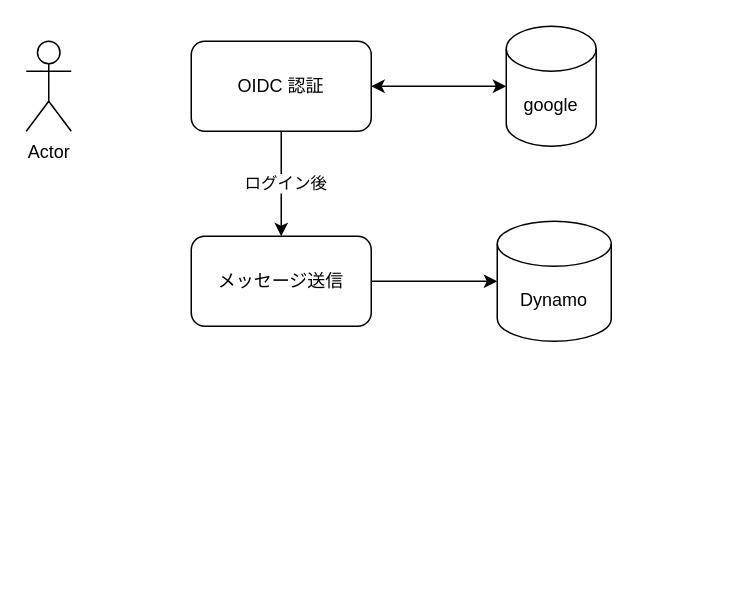
This is Untitled Diagram.drawio from amz-coffee/drawUML, a draw.io file, before an edit. Source tidied: cells renumbered, new cells numbered last; positions are measured from the earlier drawing's top-left corner, leaving out a move shared by most shapes. Both pictures are drawn from the tidied source at 150%, with x=0, y=0 at pixel (26, 26).
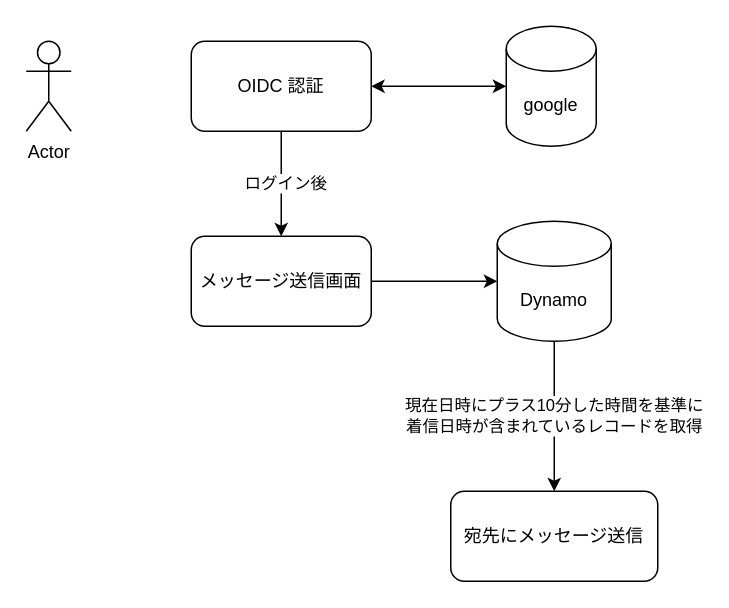
The same page after the edit.

Commit message:
処理を追加

The edit, as a diff of the source:
```diff
@@
 <mxGraphModel>
   <root>
     <mxCell id="0" />
     <mxCell id="1" parent="0" />
     <mxCell id="2" value="OIDC 認証" style="rounded=1;whiteSpace=wrap;html=1;" parent="1" vertex="1">
       <mxGeometry x="110" y="10" width="120" height="60" as="geometry" />
     </mxCell>
     <mxCell id="3" value="Actor" style="shape=umlActor;verticalLabelPosition=bottom;verticalAlign=top;html=1;" parent="1" vertex="1">
       <mxGeometry y="10" width="30" height="60" as="geometry" />
     </mxCell>
     <mxCell id="4" value="google" style="shape=cylinder3;whiteSpace=wrap;html=1;boundedLbl=1;backgroundOutline=1;size=15;" parent="1" vertex="1">
       <mxGeometry x="320" width="60" height="80" as="geometry" />
     </mxCell>
     <mxCell id="5" style="endArrow=classic;startArrow=classic;html=1;rounded=0;exitX=1;exitY=0.5;exitDx=0;exitDy=0;entryX=0;entryY=0.5;entryDx=0;entryDy=0;entryPerimeter=0;" parent="1" edge="1" source="2" target="4">
       <mxGeometry relative="1" as="geometry" />
     </mxCell>
-    <mxCell id="6" value="メッセージ送信" style="rounded=1;whiteSpace=wrap;html=1;" parent="1" vertex="1">
+    <mxCell id="6" value="メッセージ送信画面" style="rounded=1;whiteSpace=wrap;html=1;" parent="1" vertex="1">
       <mxGeometry x="110" y="140" width="120" height="60" as="geometry" />
     </mxCell>
     <mxCell id="7" style="endArrow=classic;html=1;rounded=0;exitX=0.5;exitY=1;exitDx=0;exitDy=0;entryX=0.5;entryY=0;entryDx=0;entryDy=0;" parent="1" edge="1" source="2" target="6">
       <mxGeometry relative="1" as="geometry" />
     </mxCell>
     <mxCell id="8" value="ログイン後" style="edgeLabel;html=1;align=center;verticalAlign=middle;" parent="7" vertex="1">
       <mxGeometry x="-0.03" y="2" relative="1" as="geometry" />
     </mxCell>
     <mxCell id="9" value="Dynamo" style="shape=cylinder3;whiteSpace=wrap;html=1;boundedLbl=1;backgroundOutline=1;size=15;" parent="1" vertex="1">
       <mxGeometry x="314" y="130" width="76" height="80" as="geometry" />
     </mxCell>
     <mxCell id="10" style="endArrow=classic;html=1;rounded=0;exitX=1;exitY=0.5;exitDx=0;exitDy=0;entryX=0;entryY=0.5;entryDx=0;entryDy=0;entryPerimeter=0;" parent="1" edge="1" source="6" target="9">
       <mxGeometry relative="1" as="geometry" />
     </mxCell>
+    <mxCell id="11" value="宛先にメッセージ送信" style="rounded=1;whiteSpace=wrap;html=1;" parent="1" vertex="1">
+      <mxGeometry x="283" y="310" width="138" height="60" as="geometry" />
+    </mxCell>
+    <mxCell id="12" value="現在日時にプラス10分した時間を基準に&lt;br&gt;着信日時が含まれているレコードを取得" style="endArrow=classic;html=1;rounded=0;exitX=0.5;exitY=1;exitDx=0;exitDy=0;exitPerimeter=0;entryX=0.5;entryY=0;entryDx=0;entryDy=0;" parent="1" edge="1" source="9" target="11">
+      <mxGeometry relative="1" as="geometry" />
+    </mxCell>
   </root>
 </mxGraphModel>
```
